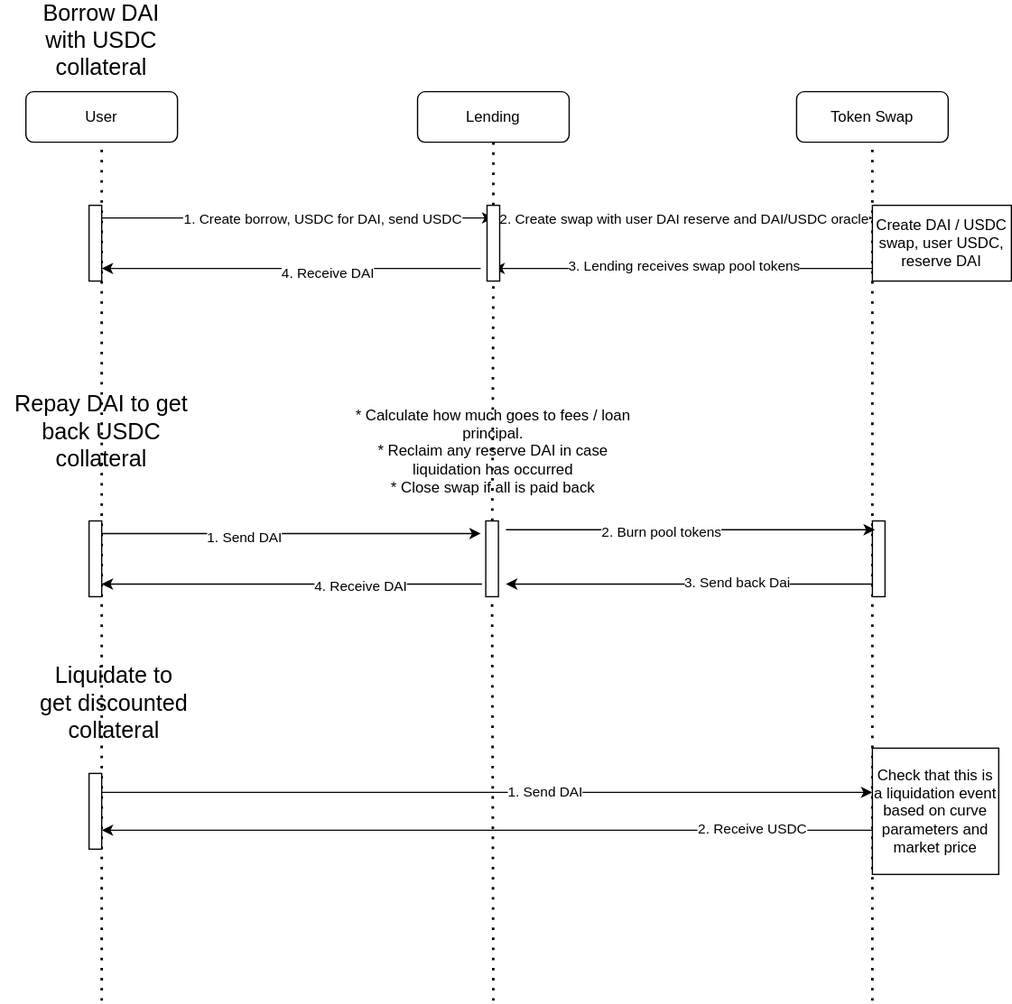
The draw.io diagram token-lending/spl-lending.svg in scoobaroo/solana-program-library, before a commit. Source tidied: cells renumbered, new cells last; positions are measured from the earlier drawing's top-left corner, leaving out a move shared by most shapes.
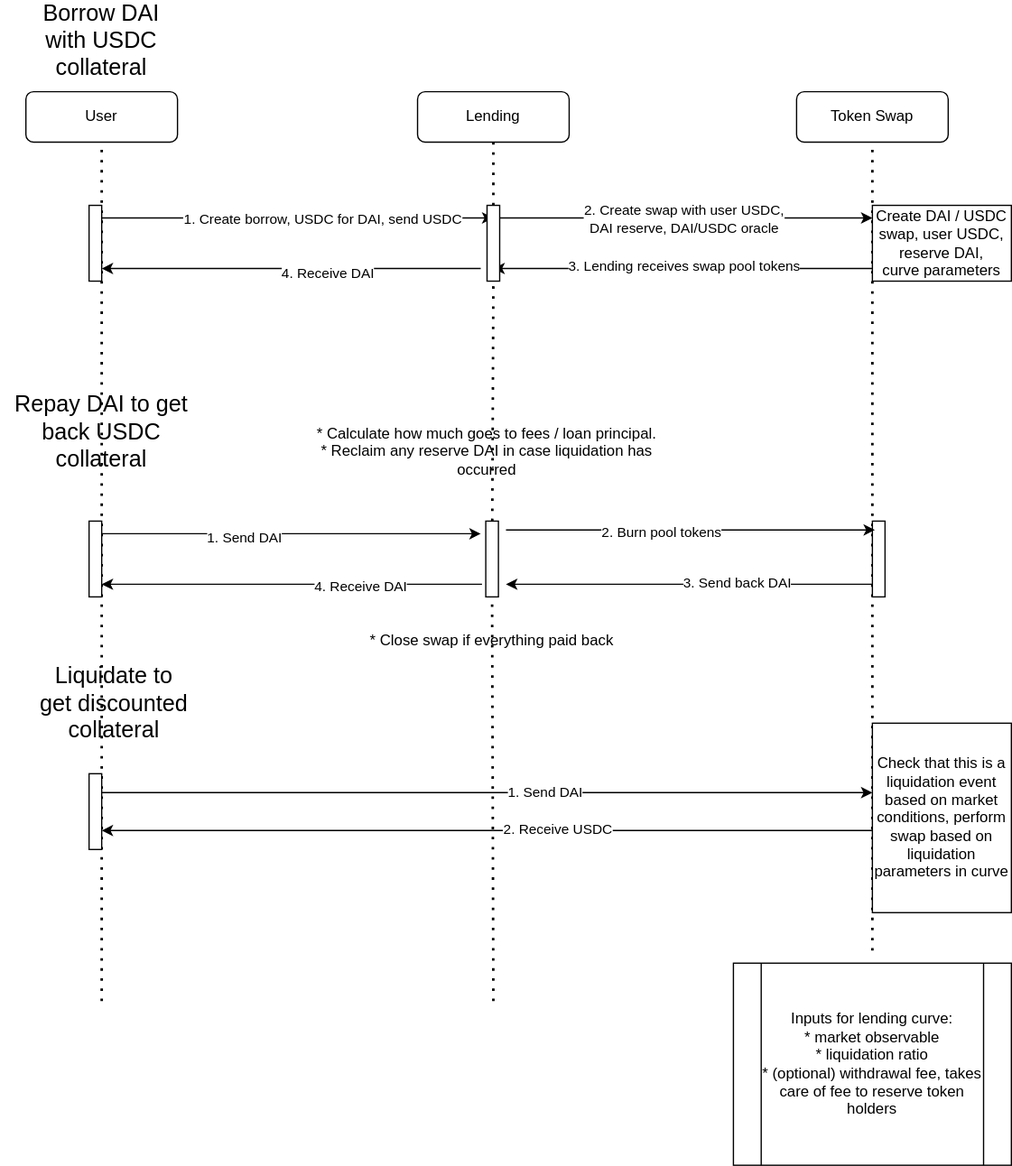
The same file after the commit.

Change to the diagram source:
```diff
@@ -31,7 +31,7 @@
         <mxPoint x="690" y="160" as="targetPoint" />
       </mxGeometry>
     </mxCell>
-    <mxCell id="9" value="2. Create swap with user DAI reserve and DAI/USDC oracle " style="edgeLabel;html=1;align=center;verticalAlign=middle;" parent="8" vertex="1">
+    <mxCell id="9" value="2. Create swap with user USDC,&lt;br&gt;DAI reserve, DAI/USDC oracle " style="edgeLabel;html=1;align=center;verticalAlign=middle;" parent="8" vertex="1">
       <mxGeometry x="-0.3" y="1" relative="1" as="geometry">
         <mxPoint x="45" y="1" as="offset" />
       </mxGeometry>
@@ -66,7 +66,7 @@
     </mxCell>
     <mxCell id="16" style="endArrow=none;dashed=1;html=1;dashPattern=1 3;strokeWidth=2;entryX=0.5;entryY=1;entryDx=0;entryDy=0;" parent="1" edge="1" target="6">
       <mxGeometry relative="1" as="geometry">
-        <mxPoint x="690" y="780" as="sourcePoint" />
+        <mxPoint x="690" y="740" as="sourcePoint" />
       </mxGeometry>
     </mxCell>
     <mxCell id="17" style="endArrow=classic;html=1;" parent="1" edge="1">
@@ -84,7 +84,7 @@
         <mxPoint x="400" y="450" as="targetPoint" />
       </mxGeometry>
     </mxCell>
-    <mxCell id="20" value="3. Send back Dai" style="edgeLabel;html=1;align=center;verticalAlign=middle;" parent="19" vertex="1">
+    <mxCell id="20" value="3. Send back DAI" style="edgeLabel;html=1;align=center;verticalAlign=middle;" parent="19" vertex="1">
       <mxGeometry x="-0.25" y="-2" relative="1" as="geometry" />
     </mxCell>
     <mxCell id="21" style="rounded=0;whiteSpace=wrap;html=1;" parent="1" vertex="1">
@@ -93,7 +93,7 @@
     <mxCell id="22" style="rounded=0;whiteSpace=wrap;html=1;" parent="1" vertex="1">
       <mxGeometry x="70" y="400" width="10" height="60" as="geometry" />
     </mxCell>
-    <mxCell id="23" value="Create DAI / USDC swap, user USDC, reserve DAI" style="rounded=0;whiteSpace=wrap;html=1;" parent="1" vertex="1">
+    <mxCell id="23" value="&lt;div&gt;Create DAI / USDC swap, user USDC, reserve DAI,&lt;/div&gt;&lt;div&gt;curve parameters&lt;br&gt;&lt;/div&gt;" style="rounded=0;whiteSpace=wrap;html=1;" parent="1" vertex="1">
       <mxGeometry x="690" y="150" width="110" height="60" as="geometry" />
     </mxCell>
     <mxCell id="24" style="rounded=0;whiteSpace=wrap;html=1;" parent="1" vertex="1">
@@ -116,8 +116,8 @@
         <mxPoint x="390" y="780" as="sourcePoint" />
       </mxGeometry>
     </mxCell>
-    <mxCell id="30" value="* Calculate how much goes to fees / loan principal.&lt;br&gt;* Reclaim any reserve DAI in case liquidation has occurred&lt;br&gt;* Close swap if all is paid back" style="text;html=1;strokeColor=none;fillColor=none;align=center;verticalAlign=middle;whiteSpace=wrap;rounded=0;" parent="1" vertex="1">
-      <mxGeometry x="280" y="300" width="220" height="90" as="geometry" />
+    <mxCell id="30" value="* Calculate how much goes to fees / loan principal.&lt;br&gt;* Reclaim any reserve DAI in case liquidation has occurred" style="text;html=1;strokeColor=none;fillColor=none;align=center;verticalAlign=middle;whiteSpace=wrap;rounded=0;" parent="1" vertex="1">
+      <mxGeometry x="240" y="300" width="290" height="90" as="geometry" />
     </mxCell>
     <mxCell id="31" style="endArrow=classic;html=1;entryX=0.2;entryY=0.117;entryDx=0;entryDy=0;entryPerimeter=0;" parent="1" edge="1" target="26">
       <mxGeometry relative="1" as="geometry">
@@ -157,10 +157,18 @@
       </mxGeometry>
     </mxCell>
     <mxCell id="40" value="2. Receive USDC" style="edgeLabel;html=1;align=center;verticalAlign=middle;" parent="39" vertex="1">
-      <mxGeometry x="-0.69" y="-2" relative="1" as="geometry" />
+      <mxGeometry x="-0.69" y="-2" relative="1" as="geometry">
+        <mxPoint x="-154" as="offset" />
+      </mxGeometry>
     </mxCell>
-    <mxCell id="41" value="Check that this is a liquidation event based on curve parameters and market price" style="rounded=0;whiteSpace=wrap;html=1;" parent="1" vertex="1">
-      <mxGeometry x="690" y="580" width="100" height="100" as="geometry" />
+    <mxCell id="41" value="Check that this is a liquidation event based on market conditions, perform swap based on liquidation parameters in curve" style="rounded=0;whiteSpace=wrap;html=1;" parent="1" vertex="1">
+      <mxGeometry x="690" y="560" width="110" height="150" as="geometry" />
     </mxCell>
+    <mxCell id="42" value="&lt;div&gt;Inputs for lending curve:&lt;/div&gt;&lt;div&gt;* market observable&lt;/div&gt;&lt;div&gt;* liquidation ratio&lt;/div&gt;&lt;div&gt;* (optional) withdrawal fee, takes care of fee to reserve token holders&lt;br&gt;&lt;/div&gt;" style="shape=process;whiteSpace=wrap;html=1;backgroundOutline=1;" parent="1" vertex="1">
+      <mxGeometry x="580" y="750" width="220" height="160" as="geometry" />
+    </mxCell>
+    <mxCell id="43" value="* Close swap if everything paid back" style="text;html=1;strokeColor=none;fillColor=none;align=center;verticalAlign=middle;whiteSpace=wrap;rounded=0;" parent="1" vertex="1">
+      <mxGeometry x="279" y="480" width="220" height="30" as="geometry" />
+    </mxCell>
   </root>
 </mxGraphModel>
```
